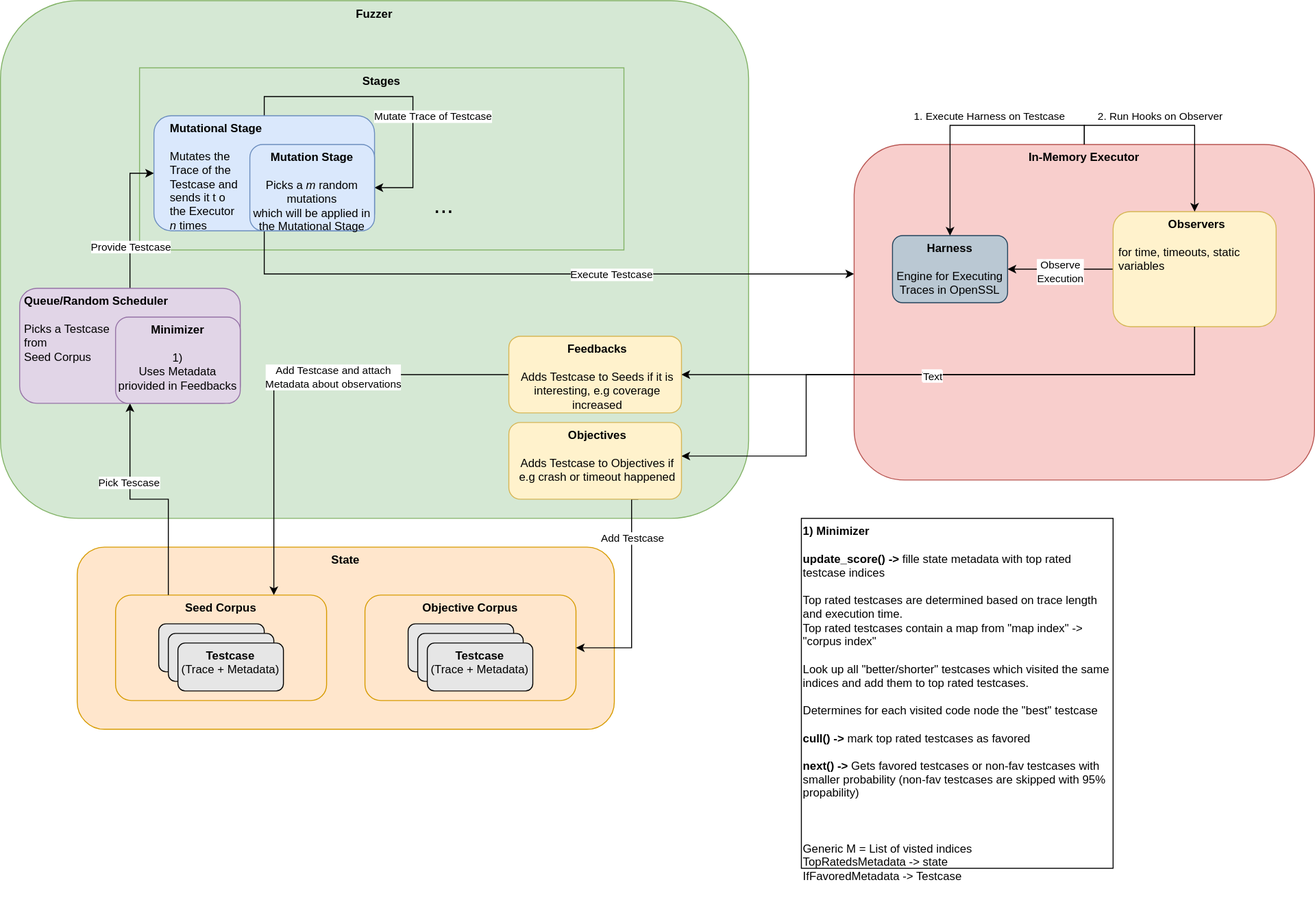
This is content/posts/2021-07-01-tlspuffin-architecture/architecture.drawio.svg from maxammann/blog, a draw.io export, as it was before one commit. Source tidied: cells renumbered, new cells last; positions are measured from the earlier drawing's top-left corner, leaving out a move shared by most shapes. Source of this version:
```xml
<mxGraphModel>
  <root>
    <mxCell id="0" />
    <mxCell id="1" parent="0" />
    <mxCell id="2" value="State" style="rounded=1;whiteSpace=wrap;html=1;strokeColor=#d79b00;verticalAlign=top;fontStyle=1;fillColor=#ffe6cc;" parent="1" vertex="1">
      <mxGeometry x="80" y="570" width="560" height="190" as="geometry" />
    </mxCell>
    <mxCell id="3" value="Fuzzer" style="rounded=1;whiteSpace=wrap;html=1;strokeColor=#82b366;verticalAlign=top;fontStyle=1;fillColor=#d5e8d4;" parent="1" vertex="1">
      <mxGeometry width="780" height="540" as="geometry" />
    </mxCell>
    <mxCell id="4" value="Stages" style="rounded=0;whiteSpace=wrap;html=1;verticalAlign=top;fontStyle=1;fillColor=#d5e8d4;strokeColor=#82b366;" parent="1" vertex="1">
      <mxGeometry x="145" y="70" width="505" height="190" as="geometry" />
    </mxCell>
    <mxCell id="5" style="edgeStyle=orthogonalEdgeStyle;rounded=0;jettySize=auto;html=1;exitX=0.5;exitY=0;exitDx=0;exitDy=0;entryX=1;entryY=0.5;entryDx=0;entryDy=0;" parent="1" edge="1" source="9" target="10">
      <mxGeometry relative="1" as="geometry">
        <Array as="points">
          <mxPoint x="275" y="100" />
          <mxPoint x="430" y="100" />
          <mxPoint x="430" y="195" />
        </Array>
      </mxGeometry>
    </mxCell>
    <mxCell id="6" value="Mutate Trace of Testcase" style="edgeLabel;html=1;align=center;verticalAlign=middle;" parent="5" vertex="1">
      <mxGeometry x="0.37" y="2" relative="1" as="geometry">
        <mxPoint x="18" y="-17" as="offset" />
      </mxGeometry>
    </mxCell>
    <mxCell id="7" style="edgeStyle=orthogonalEdgeStyle;rounded=0;jettySize=auto;html=1;" parent="1" edge="1" source="9" target="12">
      <mxGeometry relative="1" as="geometry">
        <Array as="points">
          <mxPoint x="275" y="285" />
        </Array>
      </mxGeometry>
    </mxCell>
    <mxCell id="8" value="Execute Testcase" style="edgeLabel;html=1;align=center;verticalAlign=middle;" parent="7" vertex="1">
      <mxGeometry x="0.23" relative="1" as="geometry" />
    </mxCell>
    <mxCell id="9" value="Mutational Stage&lt;br&gt;&lt;br&gt;&lt;div style=&quot;text-align: left&quot;&gt;&lt;span style=&quot;font-weight: 400&quot;&gt;Mutates the&amp;nbsp;&lt;/span&gt;&lt;/div&gt;&lt;div style=&quot;text-align: left&quot;&gt;&lt;span style=&quot;font-weight: 400&quot;&gt;Trace of the&lt;/span&gt;&lt;/div&gt;&lt;div style=&quot;text-align: left&quot;&gt;&lt;span style=&quot;font-weight: 400&quot;&gt;Testcase&amp;nbsp;&lt;/span&gt;&lt;span style=&quot;font-weight: 400&quot;&gt;and&amp;nbsp;&lt;/span&gt;&lt;/div&gt;&lt;div style=&quot;text-align: left&quot;&gt;&lt;span style=&quot;font-weight: 400&quot;&gt;sends it t&lt;/span&gt;&lt;span style=&quot;font-weight: 400&quot;&gt;o&amp;nbsp;&lt;/span&gt;&lt;/div&gt;&lt;div style=&quot;text-align: left&quot;&gt;&lt;span style=&quot;font-weight: 400&quot;&gt;the Executor&lt;/span&gt;&lt;/div&gt;&lt;div style=&quot;text-align: left&quot;&gt;&lt;span style=&quot;font-weight: 400&quot;&gt;&lt;i&gt;n&lt;/i&gt; times&lt;/span&gt;&lt;/div&gt;&lt;div style=&quot;text-align: left&quot;&gt;&lt;span style=&quot;font-weight: 400&quot;&gt;&lt;br&gt;&lt;/span&gt;&lt;/div&gt;" style="rounded=1;whiteSpace=wrap;html=1;strokeColor=#6c8ebf;verticalAlign=top;fillColor=#dae8fc;fontStyle=1;align=center;labelPosition=center;verticalLabelPosition=middle;spacingLeft=-100;" parent="1" vertex="1">
      <mxGeometry x="160" y="120" width="230" height="120" as="geometry" />
    </mxCell>
    <mxCell id="10" value="Mutation Stage&lt;span style=&quot;font-weight: normal&quot;&gt;&lt;br&gt;&lt;/span&gt;&lt;br&gt;&lt;span style=&quot;font-weight: normal&quot;&gt;Picks a &lt;i&gt;m&lt;/i&gt; random mutations&lt;br&gt;which will be applied in the Mutational Stage&lt;br&gt;&lt;/span&gt;" style="rounded=1;whiteSpace=wrap;html=1;strokeColor=#6c8ebf;verticalAlign=top;fillColor=#dae8fc;fontStyle=1;" parent="1" vertex="1">
      <mxGeometry x="260" y="150" width="130" height="90" as="geometry" />
    </mxCell>
    <mxCell id="11" value="..." style="text;html=1;strokeColor=none;fillColor=none;align=left;verticalAlign=bottom;whiteSpace=wrap;rounded=0;fontSize=25;" parent="1" vertex="1">
      <mxGeometry x="450" y="170" width="170" height="60" as="geometry" />
    </mxCell>
    <mxCell id="12" value="In-Memory Executor" style="rounded=1;whiteSpace=wrap;html=1;strokeColor=#b85450;verticalAlign=top;fontStyle=1;fillColor=#f8cecc;" parent="1" vertex="1">
      <mxGeometry x="890" y="150" width="480" height="350" as="geometry" />
    </mxCell>
    <mxCell id="13" style="group;" parent="1" vertex="1">
      <mxGeometry x="380" y="620" width="220" height="110" as="geometry" />
    </mxCell>
    <mxCell id="14" value="Objective Corpus" style="rounded=1;whiteSpace=wrap;html=1;strokeColor=#d79b00;verticalAlign=top;fontStyle=1;fillColor=#ffe6cc;" parent="13" vertex="1">
      <mxGeometry width="220" height="110" as="geometry" />
    </mxCell>
    <mxCell id="15" style="rounded=1;whiteSpace=wrap;html=1;fontSize=12;strokeColor=#000000;align=center;verticalAlign=top;fillColor=#E6E6E6;fontStyle=1;" parent="13" vertex="1">
      <mxGeometry x="45" y="30" width="110" height="50" as="geometry" />
    </mxCell>
    <mxCell id="16" style="group;" parent="13" vertex="1">
      <mxGeometry x="55" y="40" width="120" height="60" as="geometry" />
    </mxCell>
    <mxCell id="17" style="rounded=1;whiteSpace=wrap;html=1;fontSize=12;strokeColor=#000000;align=center;verticalAlign=top;fillColor=#E6E6E6;fontStyle=1;" parent="16" vertex="1">
      <mxGeometry width="110" height="50" as="geometry" />
    </mxCell>
    <mxCell id="18" value="&lt;span&gt;Testcase&lt;/span&gt;&lt;br&gt;&lt;span style=&quot;font-weight: 400&quot;&gt;(Trace + Metadata)&lt;/span&gt;" style="rounded=1;whiteSpace=wrap;html=1;fontSize=12;strokeColor=#000000;align=center;verticalAlign=top;fillColor=#E6E6E6;fontStyle=1;" parent="16" vertex="1">
      <mxGeometry x="10" y="10" width="110" height="50" as="geometry" />
    </mxCell>
    <mxCell id="19" style="group;fontStyle=1;" parent="1" vertex="1">
      <mxGeometry x="120" y="620" width="220" height="110" as="geometry" />
    </mxCell>
    <mxCell id="20" value="Seed Corpus" style="rounded=1;whiteSpace=wrap;html=1;strokeColor=#d79b00;verticalAlign=top;fontStyle=1;fillColor=#ffe6cc;" parent="19" vertex="1">
      <mxGeometry width="220" height="110" as="geometry" />
    </mxCell>
    <mxCell id="21" style="rounded=1;whiteSpace=wrap;html=1;fontSize=12;strokeColor=#000000;align=center;verticalAlign=top;fillColor=#E6E6E6;fontStyle=1;" parent="19" vertex="1">
      <mxGeometry x="45" y="30" width="110" height="50" as="geometry" />
    </mxCell>
    <mxCell id="22" style="group;" parent="19" vertex="1">
      <mxGeometry x="55" y="40" width="120" height="60" as="geometry" />
    </mxCell>
    <mxCell id="23" style="rounded=1;whiteSpace=wrap;html=1;fontSize=12;strokeColor=#000000;align=center;verticalAlign=top;fillColor=#E6E6E6;fontStyle=1;" parent="22" vertex="1">
      <mxGeometry width="110" height="50" as="geometry" />
    </mxCell>
    <mxCell id="24" value="&lt;span&gt;Testcase&lt;/span&gt;&lt;br&gt;&lt;span style=&quot;font-weight: 400&quot;&gt;(Trace + Metadata)&lt;/span&gt;" style="rounded=1;whiteSpace=wrap;html=1;fontSize=12;strokeColor=#000000;align=center;verticalAlign=top;fillColor=#E6E6E6;fontStyle=1;" parent="22" vertex="1">
      <mxGeometry x="10" y="10" width="110" height="50" as="geometry" />
    </mxCell>
    <mxCell id="25" style="edgeStyle=orthogonalEdgeStyle;rounded=0;jettySize=auto;html=1;entryX=0;entryY=0.5;entryDx=0;entryDy=0;" parent="1" edge="1" source="48" target="9">
      <mxGeometry relative="1" as="geometry" />
    </mxCell>
    <mxCell id="26" value="Provide Testcase" style="edgeLabel;html=1;align=center;verticalAlign=middle;" parent="25" vertex="1">
      <mxGeometry x="-0.39" relative="1" as="geometry" />
    </mxCell>
    <mxCell id="27" style="edgeStyle=orthogonalEdgeStyle;rounded=0;jettySize=auto;html=1;" parent="1" edge="1" source="29" target="30">
      <mxGeometry relative="1" as="geometry" />
    </mxCell>
    <mxCell id="28" value="Observe&lt;br&gt;Execution" style="edgeLabel;html=1;align=center;verticalAlign=middle;" parent="27" vertex="1">
      <mxGeometry x="0.02" y="2" relative="1" as="geometry" />
    </mxCell>
    <mxCell id="29" value="&lt;b&gt;Observers&lt;/b&gt;&lt;br&gt;&lt;br&gt;&lt;div style=&quot;text-align: left&quot;&gt;for time, timeouts,&amp;nbsp;&lt;span&gt;static variables&lt;/span&gt;&lt;/div&gt;&lt;div style=&quot;text-align: left&quot;&gt;&lt;br&gt;&lt;/div&gt;" style="rounded=1;whiteSpace=wrap;html=1;fillColor=#fff2cc;align=center;verticalAlign=top;strokeColor=#d6b656;spacing=2;spacingLeft=5;" parent="1" vertex="1">
      <mxGeometry x="1160" y="220" width="170" height="120" as="geometry" />
    </mxCell>
    <mxCell id="30" value="Harness&lt;br&gt;&lt;span style=&quot;font-weight: 400&quot;&gt;&lt;br&gt;Engine for Executing Traces in OpenSSL&lt;/span&gt;" style="rounded=1;whiteSpace=wrap;html=1;fillColor=#bac8d3;align=center;verticalAlign=top;strokeColor=#23445d;fontStyle=1;" parent="1" vertex="1">
      <mxGeometry x="930" y="245" width="120" height="70" as="geometry" />
    </mxCell>
    <mxCell id="31" style="edgeStyle=orthogonalEdgeStyle;rounded=0;jettySize=auto;html=1;entryX=0.5;entryY=0;entryDx=0;entryDy=0;" parent="1" edge="1" source="12" target="30">
      <mxGeometry relative="1" as="geometry" />
    </mxCell>
    <mxCell id="32" value="1. Execute Harness on Testcase" style="edgeLabel;html=1;align=center;verticalAlign=middle;" parent="31" vertex="1">
      <mxGeometry x="-0.33" relative="1" as="geometry">
        <mxPoint x="-28" y="-10" as="offset" />
      </mxGeometry>
    </mxCell>
    <mxCell id="33" style="edgeStyle=orthogonalEdgeStyle;rounded=0;jettySize=auto;html=1;entryX=0.5;entryY=0;entryDx=0;entryDy=0;" parent="1" edge="1" source="12" target="29">
      <mxGeometry relative="1" as="geometry" />
    </mxCell>
    <mxCell id="34" value="2. Run Hooks on Observer" style="edgeLabel;html=1;align=center;verticalAlign=middle;" parent="33" vertex="1">
      <mxGeometry x="-0.1" y="1" relative="1" as="geometry">
        <mxPoint x="-4" y="-9" as="offset" />
      </mxGeometry>
    </mxCell>
    <mxCell id="35" style="edgeStyle=orthogonalEdgeStyle;rounded=0;jettySize=auto;html=1;" parent="1" edge="1" source="29" target="38">
      <mxGeometry relative="1" as="geometry">
        <Array as="points">
          <mxPoint x="1245" y="390" />
        </Array>
      </mxGeometry>
    </mxCell>
    <mxCell id="36" style="edgeStyle=orthogonalEdgeStyle;rounded=0;jettySize=auto;html=1;entryX=0.75;entryY=0;entryDx=0;entryDy=0;exitX=0;exitY=0.5;exitDx=0;exitDy=0;" parent="1" edge="1" source="38" target="20">
      <mxGeometry relative="1" as="geometry" />
    </mxCell>
    <mxCell id="37" value="Add Testcase and attach&lt;br&gt;Metadata about observations" style="edgeLabel;html=1;align=center;verticalAlign=middle;" parent="36" vertex="1">
      <mxGeometry x="-0.23" y="2" relative="1" as="geometry" />
    </mxCell>
    <mxCell id="38" value="&lt;b&gt;Feedbacks&lt;/b&gt;&lt;br&gt;&lt;br&gt;Adds Testcase to Seeds if it is interesting, e.g coverage increased&lt;br&gt;&lt;div style=&quot;text-align: left&quot;&gt;&lt;br&gt;&lt;/div&gt;" style="rounded=1;whiteSpace=wrap;html=1;fillColor=#fff2cc;align=center;verticalAlign=top;strokeColor=#d6b656;spacing=2;spacingLeft=5;" parent="1" vertex="1">
      <mxGeometry x="530" y="350" width="180" height="80" as="geometry" />
    </mxCell>
    <mxCell id="39" style="edgeStyle=orthogonalEdgeStyle;rounded=0;jettySize=auto;html=1;" parent="1" edge="1" source="29" target="45">
      <mxGeometry relative="1" as="geometry">
        <Array as="points">
          <mxPoint x="1245" y="390" />
          <mxPoint x="840" y="390" />
          <mxPoint x="840" y="475" />
        </Array>
      </mxGeometry>
    </mxCell>
    <mxCell id="40" value="Use Observations" style="edgeLabel;html=1;align=center;verticalAlign=middle;" parent="39" vertex="1">
      <mxGeometry x="0.67" y="-2" relative="1" as="geometry">
        <mxPoint x="-173" as="offset" />
      </mxGeometry>
    </mxCell>
    <mxCell id="41" value="Text" style="edgeLabel;html=1;align=center;verticalAlign=middle;" parent="39" vertex="1">
      <mxGeometry x="0.29" y="3" relative="1" as="geometry">
        <mxPoint x="107" y="-3" as="offset" />
      </mxGeometry>
    </mxCell>
    <mxCell id="42" value="Text" style="edgeLabel;html=1;align=center;verticalAlign=middle;" parent="39" vertex="1">
      <mxGeometry x="-0.03" y="1" relative="1" as="geometry" />
    </mxCell>
    <mxCell id="43" style="edgeStyle=orthogonalEdgeStyle;rounded=0;jettySize=auto;html=1;entryX=1;entryY=0.5;entryDx=0;entryDy=0;exitX=0.75;exitY=1;exitDx=0;exitDy=0;" parent="1" edge="1" source="45" target="14">
      <mxGeometry relative="1" as="geometry">
        <Array as="points">
          <mxPoint x="658" y="675" />
        </Array>
      </mxGeometry>
    </mxCell>
    <mxCell id="44" value="Add Testcase" style="edgeLabel;html=1;align=center;verticalAlign=middle;" parent="43" vertex="1">
      <mxGeometry x="-0.05" relative="1" as="geometry">
        <mxPoint y="-57" as="offset" />
      </mxGeometry>
    </mxCell>
    <mxCell id="45" value="&lt;b&gt;Objectives&lt;/b&gt;&lt;br&gt;&lt;br&gt;Adds Testcase to Objectives if&lt;br&gt;e.g crash or timeout happened" style="rounded=1;whiteSpace=wrap;html=1;fillColor=#fff2cc;align=center;verticalAlign=top;strokeColor=#d6b656;spacing=2;spacingLeft=5;" parent="1" vertex="1">
      <mxGeometry x="530" y="440" width="180" height="80" as="geometry" />
    </mxCell>
    <mxCell id="46" style="edgeStyle=orthogonalEdgeStyle;rounded=0;jettySize=auto;html=1;exitX=0.25;exitY=0;exitDx=0;exitDy=0;" parent="1" edge="1" source="20" target="48">
      <mxGeometry relative="1" as="geometry" />
    </mxCell>
    <mxCell id="47" value="Pick Tescase" style="edgeLabel;html=1;align=center;verticalAlign=middle;" parent="46" vertex="1">
      <mxGeometry x="0.32" y="2" relative="1" as="geometry" />
    </mxCell>
    <mxCell id="48" value="Queue/Random Scheduler&lt;br&gt;&lt;br&gt;&lt;div style=&quot;text-align: left&quot;&gt;&lt;span style=&quot;font-weight: 400&quot;&gt;Picks a Testcase&lt;/span&gt;&lt;/div&gt;&lt;div style=&quot;text-align: left&quot;&gt;&lt;span style=&quot;font-weight: 400&quot;&gt;from&amp;nbsp;&lt;/span&gt;&lt;/div&gt;&lt;div style=&quot;text-align: left&quot;&gt;&lt;span style=&quot;font-weight: 400&quot;&gt;Seed Corpus&lt;/span&gt;&lt;/div&gt;&lt;div style=&quot;text-align: left&quot;&gt;&lt;span style=&quot;font-weight: 400&quot;&gt;&lt;br&gt;&lt;/span&gt;&lt;/div&gt;" style="rounded=1;whiteSpace=wrap;html=1;strokeColor=#9673a6;verticalAlign=top;fillColor=#e1d5e7;fontStyle=1;align=center;labelPosition=center;verticalLabelPosition=middle;spacingLeft=-70;" parent="1" vertex="1">
      <mxGeometry x="20" y="300" width="230" height="120" as="geometry" />
    </mxCell>
    <mxCell id="49" value="Minimizer&lt;span style=&quot;font-weight: normal&quot;&gt;&lt;br&gt;&lt;/span&gt;&lt;br&gt;&lt;span style=&quot;font-weight: normal&quot;&gt;1)&lt;br&gt;Uses Metadata priovided in Feedbacks&lt;br&gt;&lt;/span&gt;" style="rounded=1;whiteSpace=wrap;html=1;strokeColor=#9673a6;verticalAlign=top;fillColor=#e1d5e7;fontStyle=1;" parent="1" vertex="1">
      <mxGeometry x="120" y="330" width="130" height="90" as="geometry" />
    </mxCell>
    <mxCell id="50" value="1) Minimizer&lt;span style=&quot;font-weight: normal&quot;&gt;&lt;br&gt;&lt;/span&gt;&lt;br&gt;update_score() -&amp;gt;&lt;span style=&quot;font-weight: 400&quot;&gt; fille state metadata with top rated testcase indices&lt;br&gt;&lt;br&gt;&lt;/span&gt;&lt;span style=&quot;font-weight: 400&quot;&gt;Top rated testcases are determined based on trace length and execution time.&lt;br&gt;&lt;/span&gt;&lt;span style=&quot;font-weight: 400&quot;&gt;Top rated testcases contain a map from &quot;map index&quot; -&amp;gt; &quot;corpus index&quot;&lt;/span&gt;&lt;br&gt;&lt;br&gt;&lt;span style=&quot;font-weight: 400&quot;&gt;Look up all &quot;better/shorter&quot; testcases which visited the same indices and add them to top rated testcases.&lt;br&gt;&lt;/span&gt;&lt;br&gt;&lt;span style=&quot;font-weight: normal&quot;&gt;Determines for each visited code node the &quot;best&quot; testcase&lt;/span&gt;&lt;br&gt;&lt;br&gt;cull() -&amp;gt;&lt;span style=&quot;font-weight: 400&quot;&gt; mark top rated testcases as favored&lt;/span&gt;&lt;br&gt;&lt;br&gt;next() -&amp;gt;&lt;span style=&quot;font-weight: normal&quot;&gt; Gets favored testcases or non-fav testcases with smaller probability (non-fav testcases are skipped with 95% propability)&lt;br&gt;&lt;br&gt;&lt;br&gt;&lt;br&gt;Generic M = List of visted indices&lt;br&gt;TopRatedsMetadata -&amp;gt; state&lt;br&gt;IfFavoredMetadata -&amp;gt; Testcase&lt;br&gt;&lt;br&gt;&lt;br&gt;&lt;br&gt;&lt;/span&gt;" style="rounded=0;whiteSpace=wrap;html=1;verticalAlign=top;fontStyle=1;align=left;" parent="1" vertex="1">
      <mxGeometry x="835" y="540" width="325" height="365" as="geometry" />
    </mxCell>
  </root>
</mxGraphModel>
```
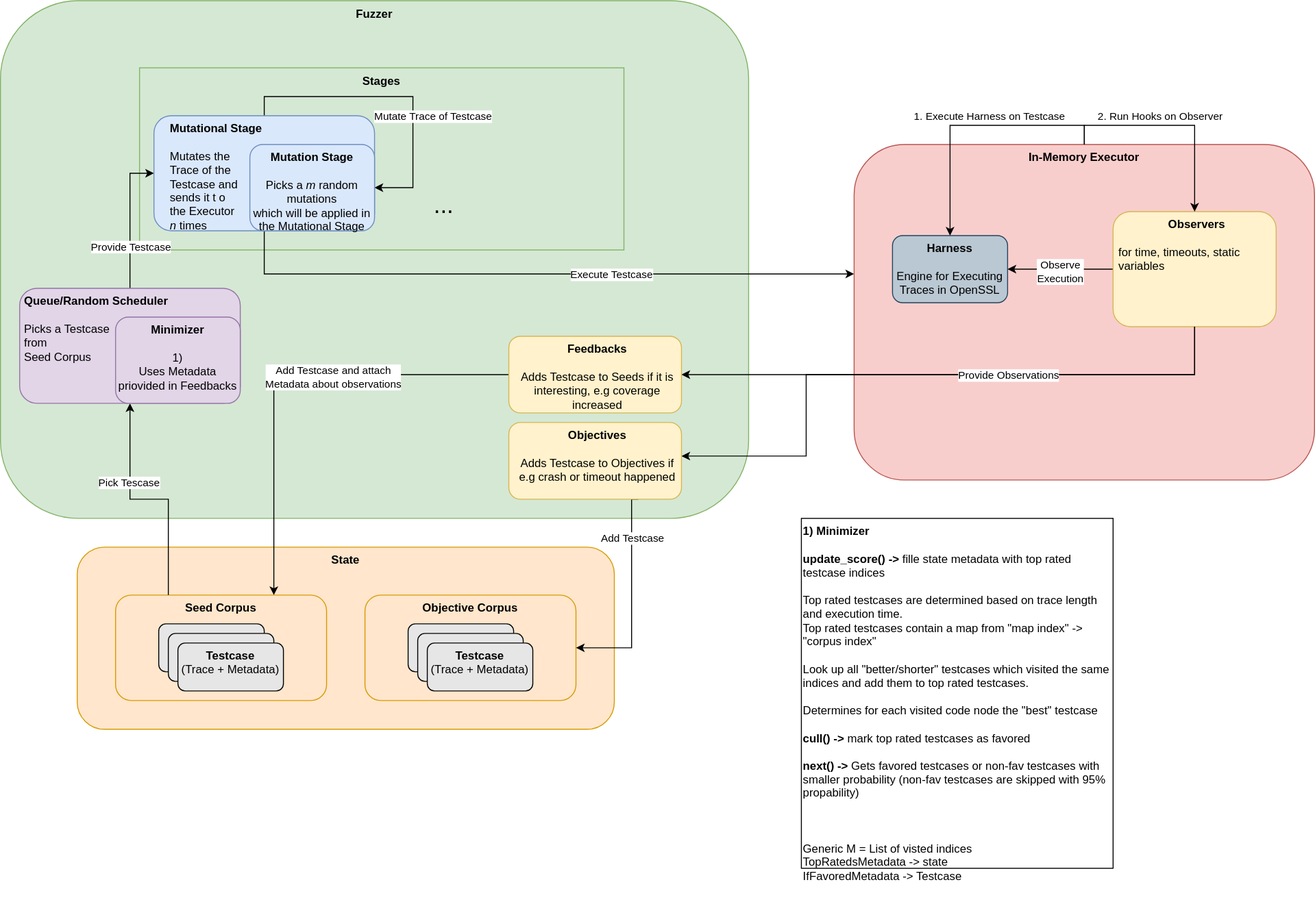
The same diagram one commit later.

The edit, as a diff of the source:
```diff
@@ -147,13 +147,10 @@
         <mxPoint x="-173" as="offset" />
       </mxGeometry>
     </mxCell>
-    <mxCell id="41" value="Text" style="edgeLabel;html=1;align=center;verticalAlign=middle;" parent="39" vertex="1">
-      <mxGeometry x="0.29" y="3" relative="1" as="geometry">
-        <mxPoint x="107" y="-3" as="offset" />
-      </mxGeometry>
-    </mxCell>
-    <mxCell id="42" value="Text" style="edgeLabel;html=1;align=center;verticalAlign=middle;" parent="39" vertex="1">
-      <mxGeometry x="-0.03" y="1" relative="1" as="geometry" />
+    <mxCell id="42" value="Provide Observations" style="edgeLabel;html=1;align=center;verticalAlign=middle;" parent="39" vertex="1">
+      <mxGeometry x="-0.03" y="1" relative="1" as="geometry">
+        <mxPoint x="79" y="-1" as="offset" />
+      </mxGeometry>
     </mxCell>
     <mxCell id="43" style="edgeStyle=orthogonalEdgeStyle;rounded=0;jettySize=auto;html=1;entryX=1;entryY=0.5;entryDx=0;entryDy=0;exitX=0.75;exitY=1;exitDx=0;exitDy=0;" parent="1" edge="1" source="45" target="14">
       <mxGeometry relative="1" as="geometry">
```
